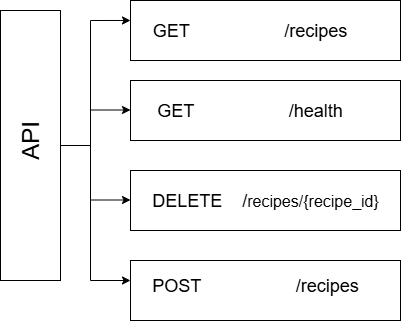
clahi/serverless-recipe-sharing-application keeps this draw.io diagram as images/api.drawio.png. Above is the earlier version. Source tidied: cells renumbered, new cells last; positions are measured from the earlier drawing's top-left corner, leaving out a move shared by most shapes.
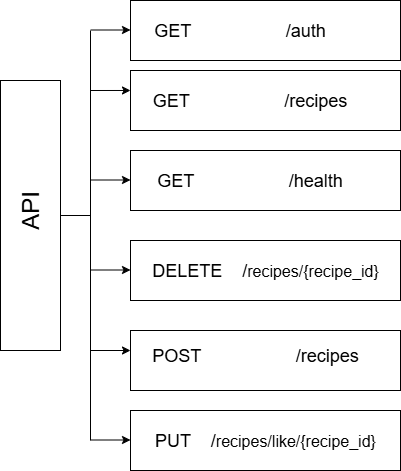
After the change.

Commit message:
Wrote the Archectural design for the project

Change to the diagram source:
```diff
@@ -34,8 +34,8 @@
     </mxCell>
     <mxCell id="12" style="endArrow=none;html=1;rounded=0;" parent="1" edge="1">
       <mxGeometry relative="1" as="geometry">
-        <mxPoint x="145" y="280" as="sourcePoint" />
-        <mxPoint x="145" y="20" as="targetPoint" />
+        <mxPoint x="145" y="370" as="sourcePoint" />
+        <mxPoint x="145" y="-40" as="targetPoint" />
       </mxGeometry>
     </mxCell>
     <mxCell id="13" style="endArrow=none;html=1;rounded=0;" parent="1" edge="1">
@@ -67,5 +67,29 @@
         <mxPoint x="185" y="280" as="targetPoint" />
       </mxGeometry>
     </mxCell>
+    <mxCell id="18" style="rounded=0;whiteSpace=wrap;html=1;" parent="1" vertex="1">
+      <mxGeometry x="185" y="-70" width="270" height="60" as="geometry" />
+    </mxCell>
+    <mxCell id="19" value="&lt;font style=&quot;font-size: 18px;&quot;&gt;GET&amp;nbsp; &amp;nbsp; &amp;nbsp; &amp;nbsp; &amp;nbsp; &amp;nbsp; &amp;nbsp; &amp;nbsp; &amp;nbsp; &amp;nbsp;/auth&lt;/font&gt;" style="text;html=1;align=center;verticalAlign=middle;whiteSpace=wrap;rounded=0;" parent="1" vertex="1">
+      <mxGeometry x="195" y="-55" width="199" height="30" as="geometry" />
+    </mxCell>
+    <mxCell id="20" style="endArrow=classic;html=1;rounded=0;entryX=0;entryY=0.333;entryDx=0;entryDy=0;entryPerimeter=0;" parent="1" edge="1">
+      <mxGeometry relative="1" as="geometry">
+        <mxPoint x="145" y="-40.5" as="sourcePoint" />
+        <mxPoint x="185" y="-40.5" as="targetPoint" />
+      </mxGeometry>
+    </mxCell>
+    <mxCell id="21" style="rounded=0;whiteSpace=wrap;html=1;" parent="1" vertex="1">
+      <mxGeometry x="185" y="340" width="270" height="60" as="geometry" />
+    </mxCell>
+    <mxCell id="22" value="&lt;font style=&quot;font-size: 18px;&quot;&gt;PUT&amp;nbsp; &amp;nbsp; /&lt;/font&gt;&lt;font size=&quot;3&quot; style=&quot;&quot;&gt;recipes/like/{recipe_id}&lt;/font&gt;" style="text;html=1;align=center;verticalAlign=middle;whiteSpace=wrap;rounded=0;" parent="1" vertex="1">
+      <mxGeometry x="195" y="355" width="250" height="30" as="geometry" />
+    </mxCell>
+    <mxCell id="23" style="endArrow=classic;html=1;rounded=0;entryX=0;entryY=0.333;entryDx=0;entryDy=0;entryPerimeter=0;" parent="1" edge="1">
+      <mxGeometry relative="1" as="geometry">
+        <mxPoint x="145" y="369.5" as="sourcePoint" />
+        <mxPoint x="185" y="369.5" as="targetPoint" />
+      </mxGeometry>
+    </mxCell>
   </root>
 </mxGraphModel>
```
